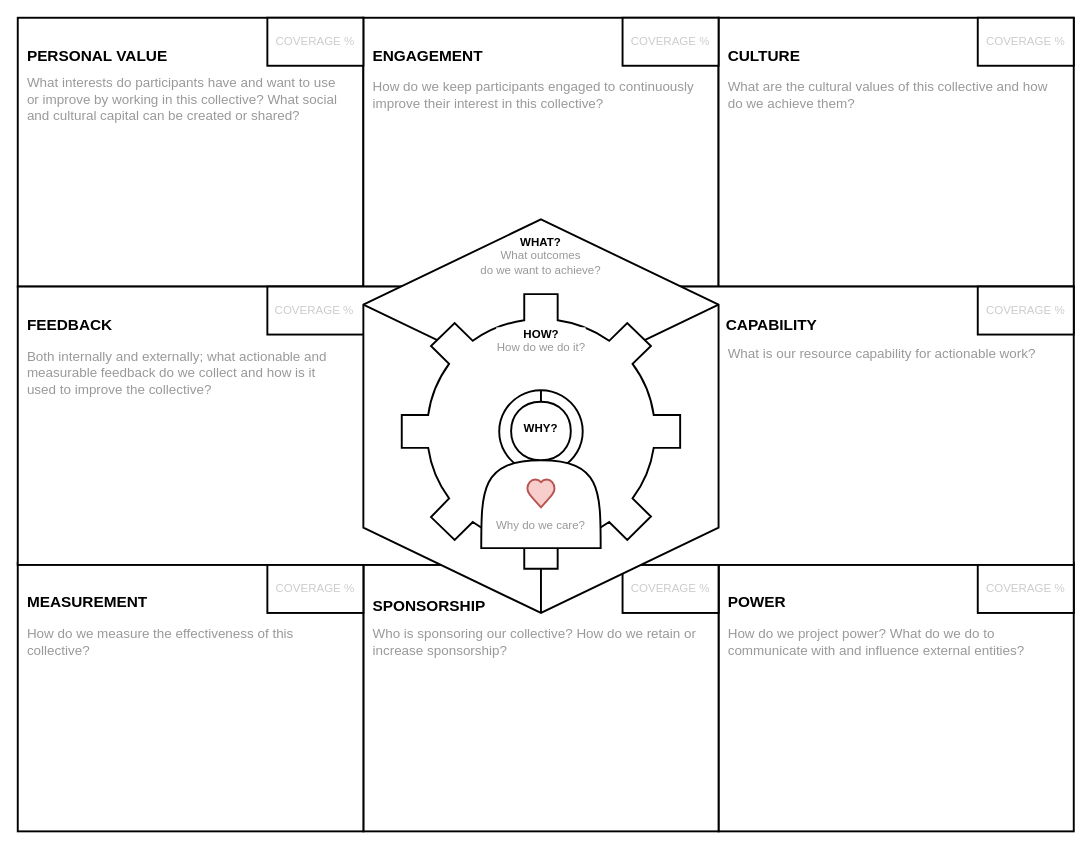
The draw.io diagram collective-action-canvas.drawio in rquast/collective-action-canvas, before the edit. Source tidied: cells renumbered, new cells numbered last; positions are measured from the earlier drawing's top-left corner, leaving out a move shared by most shapes. Both pictures are drawn from the tidied source at 96%, with x=0, y=0 at pixel (17, 17). Pictures stored in the file or linked from it are replaced by grey dashed boxes.
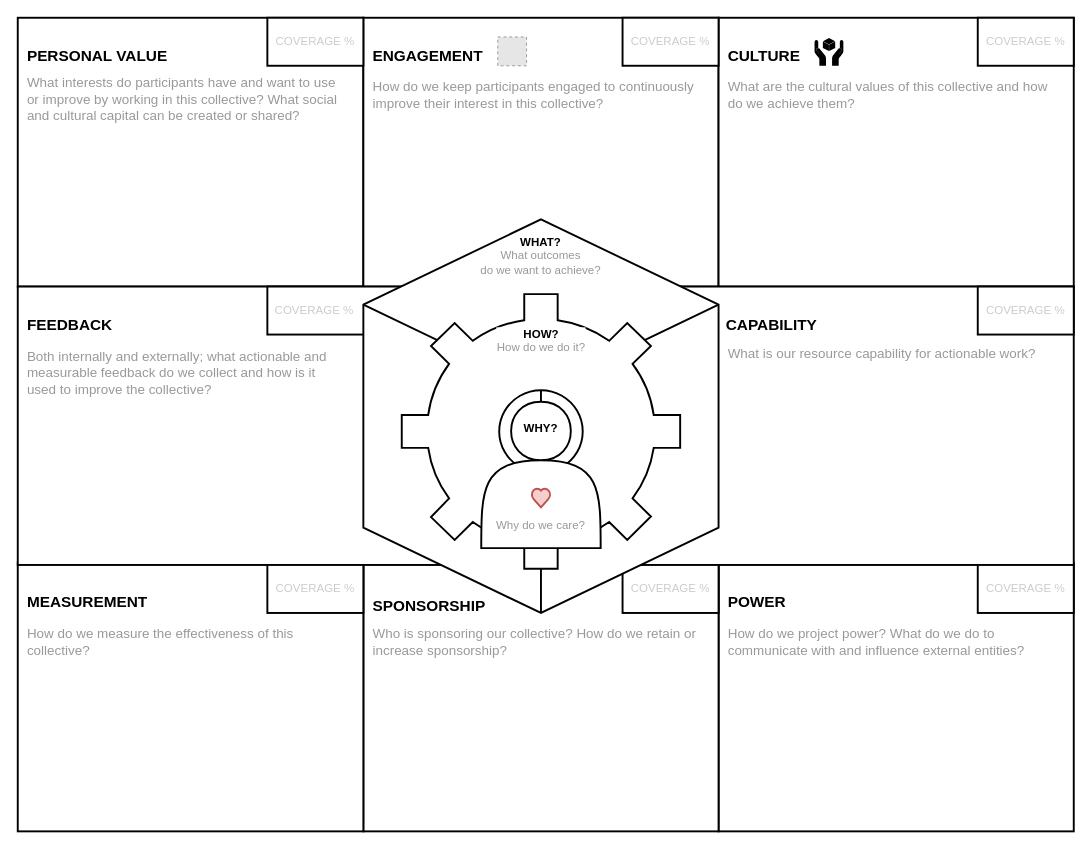
Above is the later version.

Change to the diagram source:
```diff
@@
     <mxCell id="29" style="verticalLabelPosition=bottom;verticalAlign=top;html=1;shape=mxgraph.basic.heart;strokeWidth=2;fillColor=#f8cecc;strokeColor=#b85450;" parent="1" vertex="1">
-      <mxGeometry x="530" y="480" width="30" height="30" as="geometry" />
+      <mxGeometry x="535" y="490" width="20" height="20" as="geometry" />
     </mxCell>
+    <mxCell id="30" style="shape=mxgraph.signs.safety.handle_with_care;html=1;fillColor=#000000;strokeColor=none;verticalLabelPosition=bottom;verticalAlign=top;align=center;" parent="1" vertex="1">
+      <mxGeometry x="830" y="21" width="30" height="29" as="geometry" />
+    </mxCell>
+    <mxCell id="31" style="fillColor=#E6E6E6;strokeColor=#999999;dashed=1;html=1;verticalAlign=top;verticalLabelPosition=bottom;labelBackgroundColor=#ffffff;" parent="1" vertex="1">
+      <mxGeometry x="500" y="20" width="30" height="30" as="geometry" />
+    </mxCell>
```
